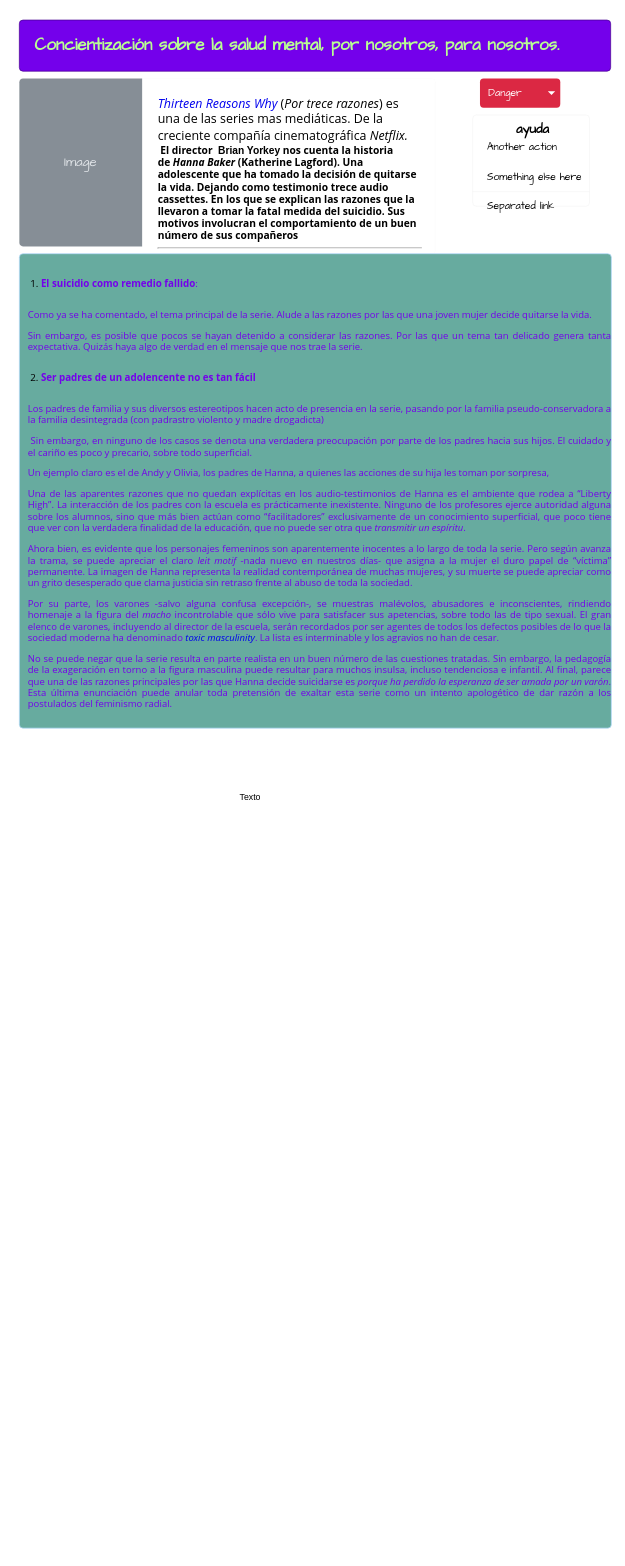
The draw.io diagram page "Página-1" (1 of 2) of Diagrama sin título.drawio in guadalupenavarrete/07-proyecto, before the edit. Source tidied: cells renumbered, new cells numbered last; positions are measured from the earlier drawing's top-left corner, leaving out a move shared by most shapes. Both pictures are drawn from the tidied source at 73%, with x=0, y=0 at pixel (19, 20).
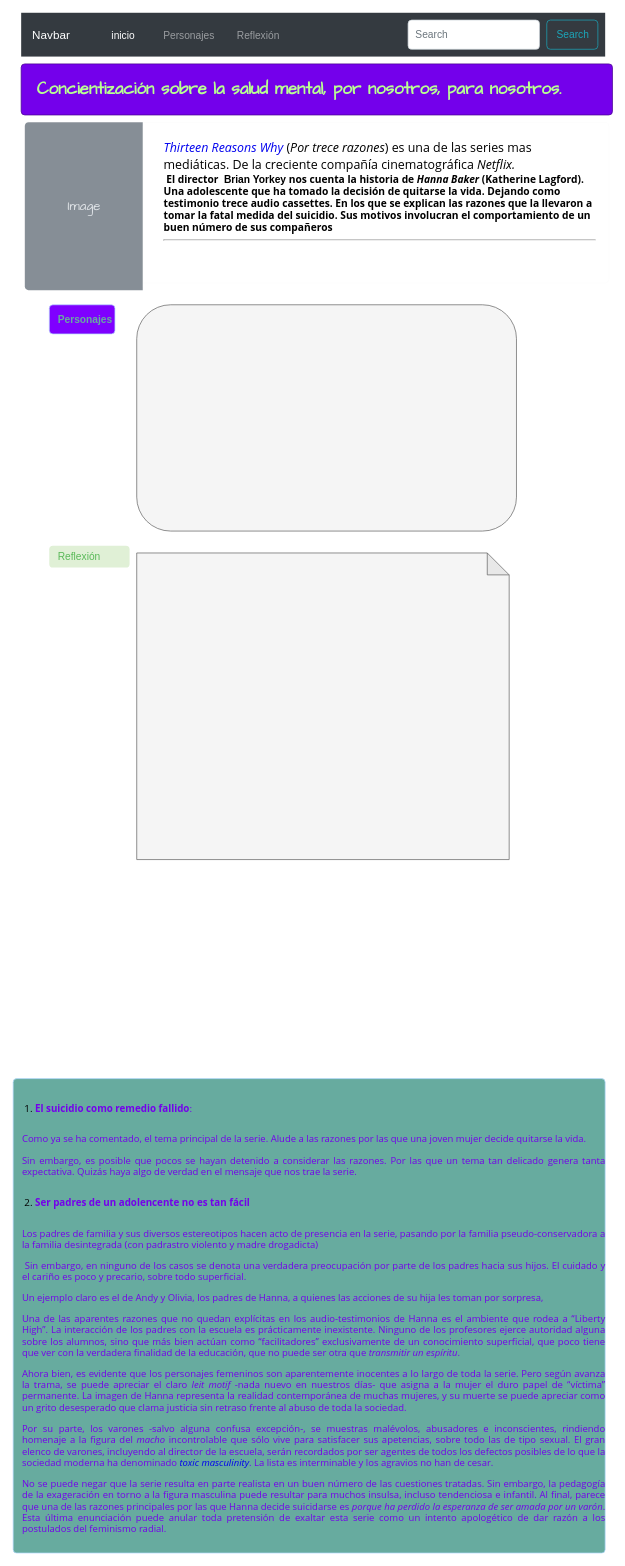
Above is the later version.

Diff of the diagram source:
```diff
@@
 <mxGraphModel>
   <root>
     <mxCell id="0" />
     <mxCell id="1" parent="0" />
-    <mxCell id="2" value="&lt;h2&gt;&lt;font face=&quot;Comic Sans MS&quot; style=&quot;font-size: 23px;&quot;&gt;&amp;nbsp;Concientización sobre la salud mental, por nosotros, para nosotros.&lt;/font&gt;&lt;/h2&gt;" style="html=1;shadow=0;dashed=0;shape=mxgraph.bootstrap.rrect;rSize=5;strokeColor=#480091;strokeWidth=1;fillColor=#7400EB;fontColor=#B9FF92;whiteSpace=wrap;align=left;verticalAlign=middle;spacingLeft=10;fontFamily=Georgia;" parent="1" vertex="1">
-      <mxGeometry width="810" height="70" as="geometry" />
-    </mxCell>
     <mxCell id="3" value="&lt;a style=&quot;text-align: center; font-size: 17px; background-color: initial; box-sizing: border-box; -webkit-font-smoothing: antialiased; text-decoration-line: none; transition: color 0.1s ease-in 0s; font-family: &amp;quot;Open Sans&amp;quot;, sans-serif;&quot; href=&quot;https://www.netflix.com/mx/title/80117470&quot;&gt;&lt;em style=&quot;box-sizing: border-box; -webkit-font-smoothing: antialiased;&quot;&gt;Thirteen Reasons Why&lt;/em&gt;&lt;/a&gt;&lt;span style=&quot;text-align: center; font-size: 17px; background-color: initial; font-family: &amp;quot;Open Sans&amp;quot;, sans-serif;&quot;&gt;&amp;nbsp;(&lt;/span&gt;&lt;em style=&quot;text-align: center; font-size: 17px; background-color: initial; box-sizing: border-box; -webkit-font-smoothing: antialiased; font-family: &amp;quot;Open Sans&amp;quot;, sans-serif;&quot;&gt;Por trece razones&lt;/em&gt;&lt;span style=&quot;text-align: center; font-size: 17px; background-color: initial; font-family: &amp;quot;Open Sans&amp;quot;, sans-serif;&quot;&gt;) es una de las series mas mediáticas. De la creciente compañía cinematográfica&amp;nbsp;&lt;/span&gt;&lt;em style=&quot;text-align: center; font-size: 17px; background-color: initial; box-sizing: border-box; -webkit-font-smoothing: antialiased; font-family: &amp;quot;Open Sans&amp;quot;, sans-serif;&quot;&gt;Netflix.&lt;/em&gt;&lt;span style=&quot;text-align: center; font-size: 17px; background-color: initial; font-family: &amp;quot;Open Sans&amp;quot;, sans-serif;&quot;&gt;&amp;nbsp;&lt;/span&gt;&lt;span style=&quot;font-size: 20px;&quot;&gt;&lt;b&gt;&lt;br&gt;&lt;/b&gt;&lt;/span&gt;&lt;div style=&quot;font-family: Helvetica;&quot;&gt;&lt;b&gt;&lt;span style=&quot;font-family: &amp;quot;Open Sans&amp;quot;, sans-serif; text-align: justify;&quot;&gt;&amp;nbsp;E&lt;/span&gt;&lt;span style=&quot;font-family: &amp;quot;Open Sans&amp;quot;, sans-serif; text-align: justify;&quot;&gt;l director&amp;nbsp;&lt;/span&gt;&amp;nbsp;Brian Yorkey&lt;span style=&quot;font-family: &amp;quot;Open Sans&amp;quot;, sans-serif; text-align: justify;&quot;&gt;&amp;nbsp;nos cuenta la historia de&amp;nbsp;&lt;/span&gt;&lt;em style=&quot;box-sizing: border-box; -webkit-font-smoothing: antialiased; font-family: &amp;quot;Open Sans&amp;quot;, sans-serif; text-align: justify;&quot;&gt;Hanna Baker&amp;nbsp;&lt;/em&gt;&lt;span style=&quot;font-family: &amp;quot;Open Sans&amp;quot;, sans-serif; text-align: justify;&quot;&gt;(Katherine Lagford). Una adolescente que ha tomado la decisión de quitarse la vida. Dejando como testimonio trece audio cassettes. En los que se explican las razones que la llevaron a tomar la fatal medida del suicidio. Sus motivos involucran el comportamiento de un buen número de sus compañeros&lt;/span&gt;&lt;/b&gt;&lt;/div&gt;&lt;hr style=&quot;font-family: Helvetica;&quot;&gt;&lt;div style=&quot;font-family: Helvetica;&quot;&gt;&lt;b&gt;&lt;span style=&quot;font-family: &amp;quot;Open Sans&amp;quot;, sans-serif; text-align: justify;&quot;&gt;&amp;nbsp;&lt;/span&gt;&lt;span style=&quot;font-family: &amp;quot;Open Sans&amp;quot;, sans-serif;&quot;&gt;&lt;br&gt;&lt;/span&gt;&lt;/b&gt;&lt;/div&gt;&lt;div style=&quot;font-family: Helvetica;&quot;&gt;&lt;span style=&quot;font-family: &amp;quot;Open Sans&amp;quot;, sans-serif; font-size: 13px; text-align: justify;&quot;&gt;&lt;br&gt;&lt;/span&gt;&lt;/div&gt;&lt;div style=&quot;font-family: Helvetica; font-size: 12px;&quot;&gt;&lt;font style=&quot;font-size: 14px;&quot;&gt;&lt;span style=&quot;font-family: &amp;quot;Open Sans&amp;quot;, sans-serif; font-size: 13px; text-align: justify;&quot;&gt;&lt;br&gt;&lt;/span&gt;&lt;/font&gt;&lt;/div&gt;&lt;div style=&quot;font-family: Helvetica; font-size: 12px;&quot;&gt;&lt;font style=&quot;font-size: 14px;&quot;&gt;&lt;span style=&quot;font-family: &amp;quot;Open Sans&amp;quot;, sans-serif; font-size: 13px; text-align: justify;&quot;&gt;&lt;br&gt;&lt;/span&gt;&lt;/font&gt;&lt;/div&gt;" style="html=1;shadow=0;dashed=0;shape=mxgraph.bootstrap.rrect;rSize=5;strokeColor=#DFDFDF;html=1;whiteSpace=wrap;fillColor=#ffffff;fontColor=#000000;verticalAlign=top;align=left;spacing=20;fontSize=14;spacingLeft=170;labelBackgroundColor=none;labelBorderColor=none;strokeWidth=0;fontFamily=Comic Sans MS;" parent="1" vertex="1">
-      <mxGeometry y="80" width="570" height="240" as="geometry" />
+      <mxGeometry x="7.5" y="140" width="800" height="220" as="geometry" />
     </mxCell>
     <mxCell id="4" value="Image" style="html=1;shadow=0;dashed=0;shape=mxgraph.bootstrap.leftButton;rSize=5;perimeter=none;whiteSpace=wrap;fillColor=#868E96;strokeColor=#DFDFDF;fontColor=#DEE2E6;fontSize=18;labelBackgroundColor=none;labelBorderColor=none;strokeWidth=0;fontFamily=Comic Sans MS;" parent="3" vertex="1">
-      <mxGeometry width="168.2" height="230" relative="1" as="geometry" />
+      <mxGeometry width="161.53" height="230" relative="1" as="geometry" />
     </mxCell>
-    <mxCell id="5" value="Danger" style="html=1;shadow=0;dashed=0;shape=mxgraph.bootstrap.rrect;rSize=5;strokeColor=none;strokeWidth=1;fillColor=#DB2843;fontColor=#ffffff;whiteSpace=wrap;align=left;verticalAlign=middle;fontStyle=0;fontSize=14;spacingLeft=10;labelBackgroundColor=none;labelBorderColor=none;fontFamily=Comic Sans MS;" parent="1" vertex="1">
-      <mxGeometry x="631" y="80" width="110" height="40" as="geometry" />
-    </mxCell>
-    <mxCell id="6" style="shape=triangle;direction=south;fillColor=#ffffff;strokeColor=none;perimeter=none;labelBackgroundColor=none;labelBorderColor=none;strokeWidth=0;fontFamily=Comic Sans MS;fontSize=21;fontColor=default;html=1;" parent="5" vertex="1">
-      <mxGeometry x="1" y="0.5" width="10" height="5" relative="1" as="geometry">
-        <mxPoint x="-17" y="-2.5" as="offset" />
-      </mxGeometry>
-    </mxCell>
-    <mxCell id="7" style="html=1;shadow=0;dashed=0;shape=mxgraph.bootstrap.rrect;rSize=5;fillColor=#ffffff;strokeColor=#999999;labelBackgroundColor=none;labelBorderColor=none;strokeWidth=0;fontFamily=Comic Sans MS;fontSize=21;fontColor=default;" parent="1" vertex="1">
-      <mxGeometry x="621" y="130" width="160" height="125" as="geometry" />
-    </mxCell>
-    <mxCell id="8" value="Another action" style="fillColor=none;strokeColor=none;align=left;spacing=20;fontSize=14;labelBackgroundColor=none;labelBorderColor=none;strokeWidth=0;fontFamily=Comic Sans MS;fontColor=default;html=1;" parent="7" vertex="1">
-      <mxGeometry width="170" height="30" relative="1" as="geometry">
-        <mxPoint y="30" as="offset" />
-      </mxGeometry>
-    </mxCell>
-    <mxCell id="9" value="Something else here" style="fillColor=none;strokeColor=none;align=left;spacing=20;fontSize=14;labelBackgroundColor=none;labelBorderColor=none;strokeWidth=0;fontFamily=Comic Sans MS;fontColor=default;html=1;" parent="7" vertex="1">
-      <mxGeometry width="170" height="30" relative="1" as="geometry">
-        <mxPoint y="70" as="offset" />
-      </mxGeometry>
-    </mxCell>
-    <mxCell id="10" style="shape=line;strokeColor=#999999;perimeter=none;labelBackgroundColor=none;labelBorderColor=none;strokeWidth=0;fontFamily=Comic Sans MS;fontSize=21;fontColor=default;fillColor=#398F8F;html=1;" parent="7" vertex="1">
-      <mxGeometry width="160" height="10" relative="1" as="geometry">
-        <mxPoint y="100" as="offset" />
-      </mxGeometry>
-    </mxCell>
-    <mxCell id="11" value="Separated link" style="fillColor=none;strokeColor=none;align=left;spacing=20;fontSize=14;labelBackgroundColor=none;labelBorderColor=none;strokeWidth=0;fontFamily=Comic Sans MS;fontColor=default;html=1;" parent="7" vertex="1">
-      <mxGeometry width="160" height="30" relative="1" as="geometry">
-        <mxPoint y="110" as="offset" />
-      </mxGeometry>
-    </mxCell>
-    <mxCell id="12" value="&lt;h5&gt;ayuda&lt;/h5&gt;" style="text;html=1;align=center;verticalAlign=middle;fillColor=none;strokeColor=none;rounded=0;labelBackgroundColor=none;labelBorderColor=none;strokeWidth=0;fontFamily=Comic Sans MS;fontSize=21;fontColor=default;" parent="7" vertex="1">
-      <mxGeometry x="47.1" y="-25" width="70" height="90" as="geometry" />
-    </mxCell>
     <mxCell id="13" value="&lt;ol style=&quot;box-sizing: border-box; -webkit-font-smoothing: antialiased; padding: 0px 0px 0px 18px; margin-top: 24px; margin-bottom: 24px; line-height: 27px; font-size: 13.4px; font-family: &amp;quot;Open Sans&amp;quot;, sans-serif; text-align: justify;&quot;&gt;&lt;li style=&quot;box-sizing: border-box; -webkit-font-smoothing: antialiased; line-height: 21px;&quot;&gt;&lt;font color=&quot;#7400eb&quot;&gt;&lt;strong style=&quot;box-sizing: border-box; -webkit-font-smoothing: antialiased;&quot;&gt;El suicidio como remedio fallido&lt;/strong&gt;:&lt;/font&gt;&lt;/li&gt;&lt;/ol&gt;&lt;p style=&quot;box-sizing: border-box; -webkit-font-smoothing: antialiased; font-family: &amp;quot;Open Sans&amp;quot;, sans-serif; font-size: 13px; text-align: justify;&quot;&gt;&lt;font color=&quot;#7400eb&quot;&gt;Como ya se ha comentado, el tema principal de la serie. Alude a las razones por las que una joven mujer decide quitarse la vida.&lt;/font&gt;&lt;/p&gt;&lt;p style=&quot;box-sizing: border-box; -webkit-font-smoothing: antialiased; font-family: &amp;quot;Open Sans&amp;quot;, sans-serif; font-size: 13px; text-align: justify;&quot;&gt;&lt;span style=&quot;&quot;&gt;&lt;font color=&quot;#7400eb&quot;&gt;Sin embargo, es posible que pocos se hayan detenido a considerar las razones. Por las que un tema tan delicado genera tanta expectativa. Quizás haya algo de verdad en el mensaje que nos trae la serie.&lt;/font&gt;&lt;/span&gt;&lt;/p&gt;&lt;ol style=&quot;box-sizing: border-box; -webkit-font-smoothing: antialiased; padding: 0px 0px 0px 18px; margin-top: 24px; margin-bottom: 24px; line-height: 27px; font-size: 13.4px; font-family: &amp;quot;Open Sans&amp;quot;, sans-serif; text-align: justify;&quot; start=&quot;2&quot;&gt;&lt;li style=&quot;box-sizing: border-box; -webkit-font-smoothing: antialiased; line-height: 21px;&quot;&gt;&lt;strong style=&quot;box-sizing: border-box; -webkit-font-smoothing: antialiased;&quot;&gt;&lt;font color=&quot;#7400eb&quot;&gt;Ser padres de un adolencente no es tan fácil&lt;/font&gt;&lt;/strong&gt;&lt;/li&gt;&lt;/ol&gt;&lt;p style=&quot;box-sizing: border-box; -webkit-font-smoothing: antialiased; font-family: &amp;quot;Open Sans&amp;quot;, sans-serif; font-size: 13px; text-align: justify;&quot;&gt;&lt;font color=&quot;#7400eb&quot;&gt;Los padres de familia y sus diversos estereotipos hacen acto de presencia en la serie, pasando por la familia pseudo-conservadora a la familia desintegrada (con padrastro violento y madre drogadicta)&lt;/font&gt;&lt;/p&gt;&lt;p style=&quot;box-sizing: border-box; -webkit-font-smoothing: antialiased; font-family: &amp;quot;Open Sans&amp;quot;, sans-serif; font-size: 13px; text-align: justify;&quot;&gt;&lt;font color=&quot;#7400eb&quot;&gt;&amp;nbsp;Sin embargo, en ninguno de los casos se denota una verdadera preocupación por parte de los padres hacia sus hijos. El cuidado y el cariño es poco y precario, sobre todo superficial.&lt;/font&gt;&lt;/p&gt;&lt;p style=&quot;box-sizing: border-box; -webkit-font-smoothing: antialiased; font-family: &amp;quot;Open Sans&amp;quot;, sans-serif; font-size: 13px; text-align: justify;&quot;&gt;&lt;font color=&quot;#7400eb&quot;&gt;Un ejemplo claro es el de Andy y Olivia, los padres de Hanna, a quienes las acciones de su hija les toman por sorpresa,&lt;/font&gt;&lt;/p&gt;&lt;p style=&quot;box-sizing: border-box; -webkit-font-smoothing: antialiased; font-family: &amp;quot;Open Sans&amp;quot;, sans-serif; font-size: 13px; text-align: justify;&quot;&gt;&lt;font color=&quot;#7400eb&quot;&gt;Una de las aparentes razones que no quedan explícitas en los audio-testimonios de Hanna es el ambiente que rodea a “Liberty High”. La interacción de los padres con la escuela es prácticamente inexistente. Ninguno de los profesores ejerce autoridad alguna sobre los alumnos, sino que más bien actúan como “facilitadores” exclusivamente de un conocimiento superficial, que poco tiene que ver con la verdadera finalidad de la educación, que no puede ser otra que&amp;nbsp;&lt;em style=&quot;box-sizing: border-box; -webkit-font-smoothing: antialiased;&quot;&gt;transmitir un espíritu&lt;/em&gt;.&lt;/font&gt;&lt;/p&gt;&lt;p style=&quot;box-sizing: border-box; -webkit-font-smoothing: antialiased; font-family: &amp;quot;Open Sans&amp;quot;, sans-serif; font-size: 13px; text-align: justify;&quot;&gt;&lt;font color=&quot;#7400eb&quot;&gt;Ahora bien, es evidente que los personajes femeninos son aparentemente inocentes a lo largo de toda la serie. Pero según avanza la trama, se puede apreciar el claro&amp;nbsp;&lt;em style=&quot;box-sizing: border-box; -webkit-font-smoothing: antialiased;&quot;&gt;leit motif&lt;/em&gt;&amp;nbsp;-nada nuevo en nuestros días- que asigna a la mujer el duro papel de “víctima” permanente. La imagen de Hanna representa la realidad contemporánea de muchas mujeres, y su muerte se puede apreciar como un grito desesperado que clama justicia sin retraso frente al abuso de toda la sociedad.&lt;/font&gt;&lt;/p&gt;&lt;p style=&quot;box-sizing: border-box; -webkit-font-smoothing: antialiased; font-family: &amp;quot;Open Sans&amp;quot;, sans-serif; font-size: 13px; text-align: justify;&quot;&gt;&lt;font color=&quot;#7400eb&quot;&gt;Por su parte, los varones -salvo alguna confusa excepción-, se muestras malévolos, abusadores e inconscientes, rindiendo homenaje a la figura del&amp;nbsp;&lt;em style=&quot;box-sizing: border-box; -webkit-font-smoothing: antialiased;&quot;&gt;macho&amp;nbsp;&lt;/em&gt;incontrolable que sólo vive para satisfacer sus apetencias, sobre todo las de tipo sexual. El gran elenco de varones, incluyendo al director de la escuela, serán recordados por ser agentes de todos los defectos posibles de lo que la sociedad moderna ha denominado&amp;nbsp;&lt;a style=&quot;box-sizing: border-box; -webkit-font-smoothing: antialiased; text-decoration-line: none; transition: color 0.1s ease-in 0s;&quot; href=&quot;https://www.forbes.com/sites/frankminiter/2017/01/18/the-hard-adrenaline-soaked-truth-about-toxic-masculinity/#7e5dd8872be5&quot;&gt;&lt;em style=&quot;box-sizing: border-box; -webkit-font-smoothing: antialiased;&quot;&gt;toxic masculinity&lt;/em&gt;&lt;/a&gt;. La lista es interminable y los agravios no han de cesar.&lt;/font&gt;&lt;/p&gt;&lt;p style=&quot;box-sizing: border-box; -webkit-font-smoothing: antialiased; font-family: &amp;quot;Open Sans&amp;quot;, sans-serif; font-size: 13px; text-align: justify;&quot;&gt;&lt;font color=&quot;#7400eb&quot;&gt;No se puede negar que la serie resulta en parte realista en un buen número de las cuestiones tratadas. Sin embargo, la pedagogía de la exageración en torno a la figura masculina puede resultar para muchos insulsa, incluso tendenciosa e infantil. Al final, parece que una de las razones principales por las que Hanna decide suicidarse es&amp;nbsp;&lt;em style=&quot;box-sizing: border-box; -webkit-font-smoothing: antialiased;&quot;&gt;porque ha perdido la esperanza de ser amada por un varón&lt;/em&gt;. Esta última enunciación puede anular toda pretensión de exaltar esta serie como un intento apologético de dar razón a los postulados del feminismo radial.&lt;/font&gt;&lt;/p&gt;" style="html=1;shadow=0;dashed=0;shape=mxgraph.bootstrap.rrect;rSize=5;strokeColor=#B8DCFE;strokeWidth=1;fillColor=#67AB9F;fontColor=#000000;whiteSpace=wrap;align=left;verticalAlign=top;spacingLeft=10;labelBackgroundColor=none;labelBorderColor=none;fontFamily=Helvetica;fontSize=21;" parent="1" vertex="1">
-      <mxGeometry y="320" width="811" height="650" as="geometry" />
+      <mxGeometry x="-8.5" y="1450" width="811" height="650" as="geometry" />
     </mxCell>
-    <mxCell id="14" value="Texto" style="text;html=1;align=center;verticalAlign=middle;strokeColor=none;fillColor=none;" parent="1" vertex="1">
-      <mxGeometry x="291" y="1050" width="50" height="30" as="geometry" />
-    </mxCell>
+    <mxCell id="15" value="Navbar" style="html=1;shadow=0;dashed=0;fillColor=#343A40;strokeColor=none;fontSize=16;fontColor=#ffffff;align=left;spacing=15;" parent="1" vertex="1">
+      <mxGeometry x="2.5" y="-10" width="800" height="60" as="geometry" />
+    </mxCell>
+    <mxCell id="16" value="inicio" style="fillColor=none;strokeColor=none;fontSize=14;fontColor=#ffffff;align=center;" parent="15" vertex="1">
+      <mxGeometry width="100" height="40" relative="1" as="geometry">
+        <mxPoint x="90" y="10" as="offset" />
+      </mxGeometry>
+    </mxCell>
+    <mxCell id="17" value="Personajes" style="fillColor=none;strokeColor=none;fontSize=14;fontColor=#9A9DA0;align=center;" parent="15" vertex="1">
+      <mxGeometry width="80" height="40" relative="1" as="geometry">
+        <mxPoint x="190" y="10" as="offset" />
+      </mxGeometry>
+    </mxCell>
+    <mxCell id="18" value="Reflexión" style="fillColor=none;strokeColor=none;fontSize=14;fontColor=#9A9DA0;align=center;spacingRight=0;" parent="15" vertex="1">
+      <mxGeometry width="90" height="40" relative="1" as="geometry">
+        <mxPoint x="280" y="10" as="offset" />
+      </mxGeometry>
+    </mxCell>
+    <mxCell id="19" value="Search" style="html=1;shadow=0;dashed=0;shape=mxgraph.bootstrap.rrect;rSize=5;fontSize=14;fontColor=#1CA5B8;strokeColor=#1CA5B8;fillColor=none;" parent="15" vertex="1">
+      <mxGeometry x="1" width="70" height="40" relative="1" as="geometry">
+        <mxPoint x="-80" y="10" as="offset" />
+      </mxGeometry>
+    </mxCell>
+    <mxCell id="20" value="Search" style="html=1;shadow=0;dashed=0;shape=mxgraph.bootstrap.rrect;rSize=5;fontSize=14;fontColor=#6C767D;strokeColor=#CED4DA;fillColor=#ffffff;align=left;spacing=10;" parent="15" vertex="1">
+      <mxGeometry x="1" width="180" height="40" relative="1" as="geometry">
+        <mxPoint x="-270" y="10" as="offset" />
+      </mxGeometry>
+    </mxCell>
+    <mxCell id="2" value="&lt;h2&gt;&lt;font face=&quot;Comic Sans MS&quot; style=&quot;font-size: 23px;&quot;&gt;&amp;nbsp;Concientización sobre la salud mental, por nosotros, para nosotros.&lt;/font&gt;&lt;/h2&gt;" style="html=1;shadow=0;dashed=0;shape=mxgraph.bootstrap.rrect;rSize=5;strokeColor=#480091;strokeWidth=1;fillColor=#7400EB;fontColor=#B9FF92;whiteSpace=wrap;align=left;verticalAlign=middle;spacingLeft=10;fontFamily=Georgia;" parent="1" vertex="1">
+      <mxGeometry x="2.5" y="60" width="810" height="70" as="geometry" />
+    </mxCell>
+    <mxCell id="21" value="&lt;font size=&quot;1&quot; color=&quot;#67AB9F&quot;&gt;&lt;b style=&quot;font-size: 14px;&quot;&gt;Personajes&lt;/b&gt;&lt;/font&gt;" style="html=1;shadow=0;dashed=0;shape=mxgraph.bootstrap.rrect;rSize=5;strokeColor=#B8DCFE;strokeWidth=1;fillColor=#7F00FF;fontColor=#004583;whiteSpace=wrap;align=left;verticalAlign=middle;spacingLeft=10;" parent="1" vertex="1">
+      <mxGeometry x="41" y="390" width="90" height="40" as="geometry" />
+    </mxCell>
+    <mxCell id="22" style="rounded=1;whiteSpace=wrap;html=1;fontSize=14;fillColor=#f5f5f5;strokeColor=#666666;fontColor=#333333;" parent="1" vertex="1">
+      <mxGeometry x="160.8" y="390" width="520.2" height="310" as="geometry" />
+    </mxCell>
+    <mxCell id="23" style="shape=note;whiteSpace=wrap;html=1;backgroundOutline=1;darkOpacity=0.05;fontSize=14;fillColor=#f5f5f5;fontColor=#333333;strokeColor=#666666;" parent="1" vertex="1">
+      <mxGeometry x="160.8" y="730" width="510.2" height="420" as="geometry" />
+    </mxCell>
+    <mxCell id="24" value="Reflexión" style="html=1;shadow=0;dashed=0;shape=mxgraph.bootstrap.rrect;rSize=5;strokeColor=none;strokeWidth=1;fillColor=#E0F0D6;fontColor=#59B958;whiteSpace=wrap;align=left;verticalAlign=middle;spacingLeft=10;fontSize=14;" parent="1" vertex="1">
+      <mxGeometry x="41" y="720" width="110" height="30" as="geometry" />
+    </mxCell>
   </root>
 </mxGraphModel>
```
